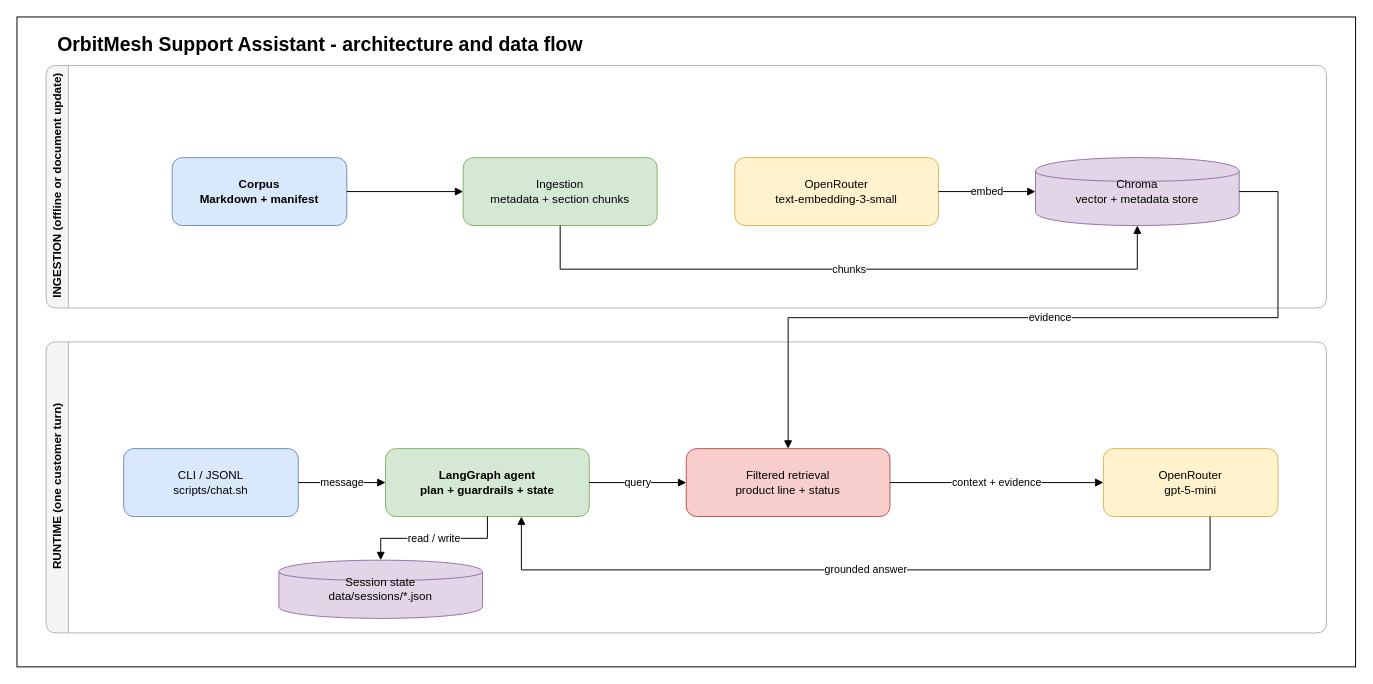
Earlier version of the draw.io diagram documentation/architecture.drawio (tyh-clement/assignment). Source tidied: cells renumbered, new cells numbered last; positions are measured from the earlier drawing's top-left corner, leaving out a move shared by most shapes. Both pictures are drawn from the tidied source at 97%, with x=0, y=0 at pixel (16, 16).
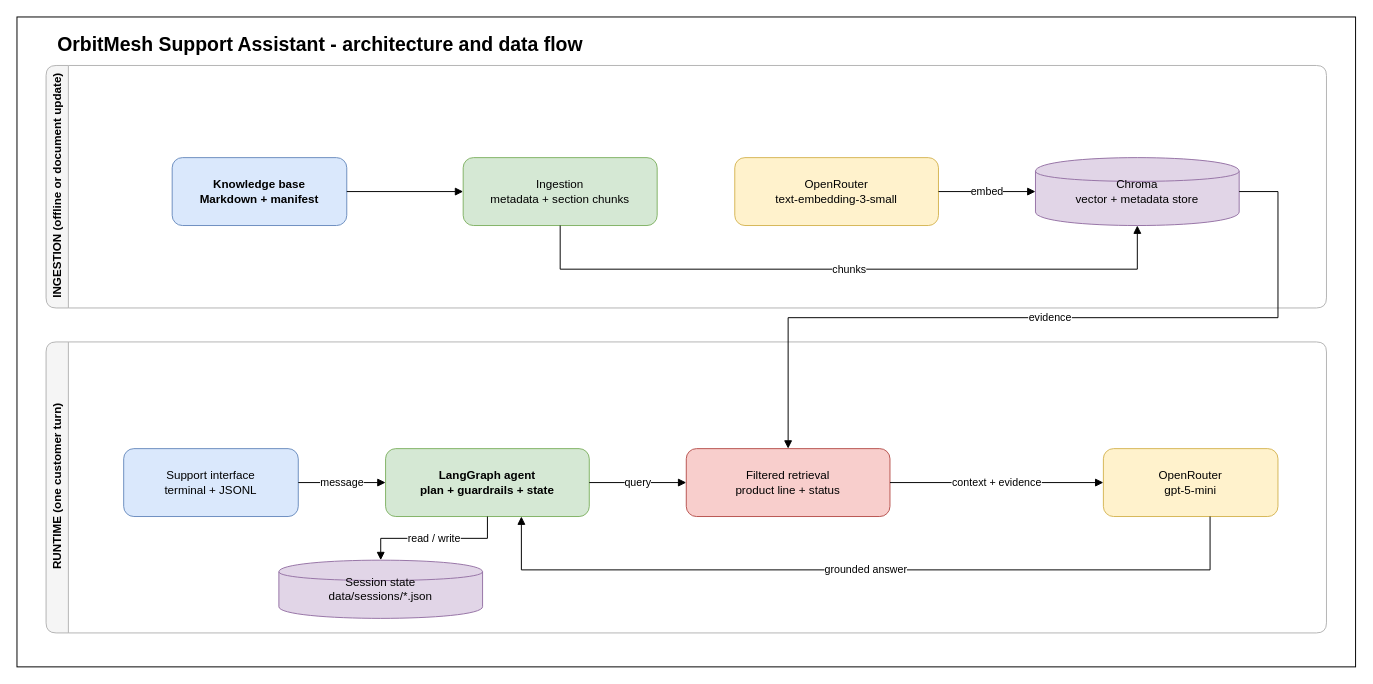
The same page after the edit.

What changed in the source:
```diff
@@
-    <mxCell id="9" value="Corpus&#10;Markdown + manifest" style="rounded=1;whiteSpace=wrap;html=1;fillColor=#dae8fc;strokeColor=#6c8ebf;fontStyle=1;" parent="1" vertex="1">
+    <mxCell id="9" value="Knowledge base&#10;Markdown + manifest" style="rounded=1;whiteSpace=wrap;html=1;fillColor=#dae8fc;strokeColor=#6c8ebf;fontStyle=1;" parent="1" vertex="1">
       <mxGeometry x="160" y="145" width="180" height="70" as="geometry" />
     </mxCell>
@@
-    <mxCell id="12" value="CLI / JSONL&#10;scripts/chat.sh" style="rounded=1;whiteSpace=wrap;html=1;fillColor=#dae8fc;strokeColor=#6c8ebf;" parent="1" vertex="1">
+    <mxCell id="12" value="Support interface&#10;terminal + JSONL" style="rounded=1;whiteSpace=wrap;html=1;fillColor=#dae8fc;strokeColor=#6c8ebf;" parent="1" vertex="1">
       <mxGeometry x="110" y="445" width="180" height="70" as="geometry" />
     </mxCell>
```
